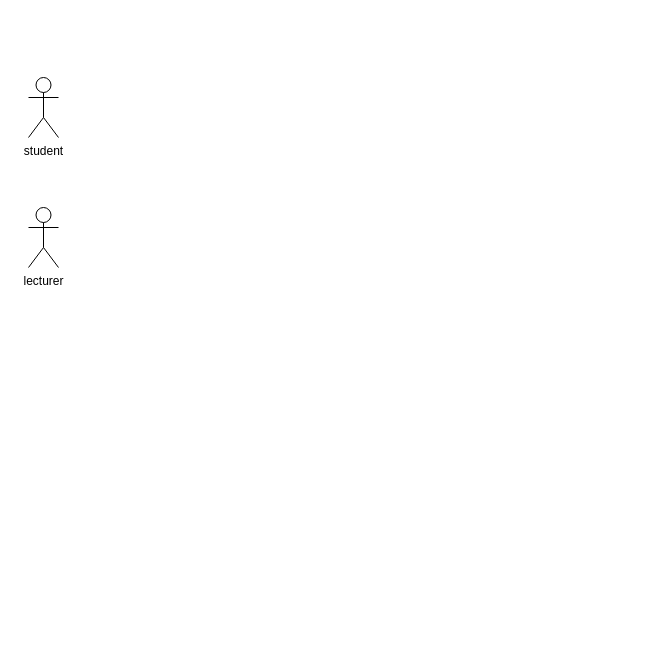
Earlier version of the draw.io diagram project/drawio/drshahizan/exer1.drawio (drshahizan/software-engineering). Source tidied: cells renumbered, new cells numbered last; positions are measured from the earlier drawing's top-left corner, leaving out a move shared by most shapes. Both pictures are drawn from the tidied source at 100%, with x=0, y=0 at pixel (28, 77).
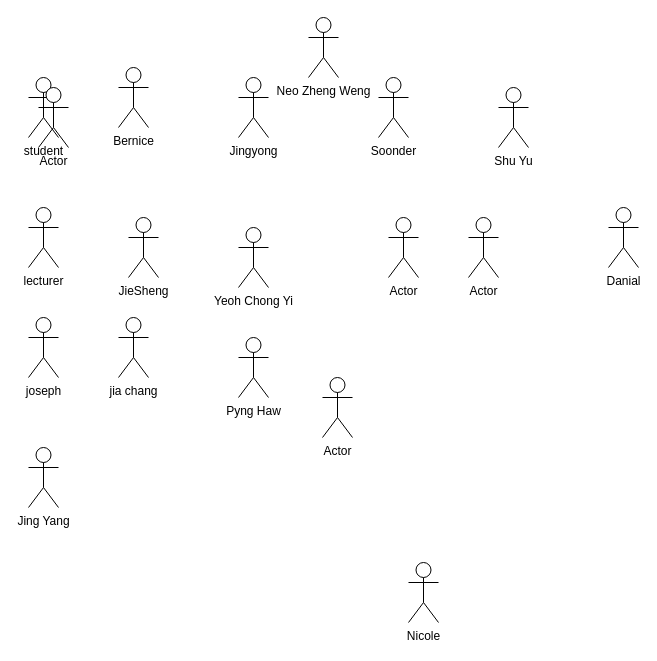
Above is the later version.

Change to the diagram source:
```diff
@@
+    <mxCell id="4" value="Jingyong" style="shape=umlActor;verticalLabelPosition=bottom;verticalAlign=top;html=1;" parent="1" vertex="1">
+      <mxGeometry x="210" width="30" height="60" as="geometry" />
+    </mxCell>
+    <mxCell id="5" value="Soonder" style="shape=umlActor;verticalLabelPosition=bottom;verticalAlign=top;html=1;" parent="1" vertex="1">
+      <mxGeometry x="350" width="30" height="60" as="geometry" />
+    </mxCell>
+    <mxCell id="6" value="Yeoh Chong Yi&lt;br&gt;" style="shape=umlActor;verticalLabelPosition=bottom;verticalAlign=top;html=1;" parent="1" vertex="1">
+      <mxGeometry x="210" y="150" width="30" height="60" as="geometry" />
+    </mxCell>
+    <mxCell id="7" value="JieSheng" style="shape=umlActor;verticalLabelPosition=bottom;verticalAlign=top;html=1;" parent="1" vertex="1">
+      <mxGeometry x="100" y="140" width="30" height="60" as="geometry" />
+    </mxCell>
+    <mxCell id="8" value="Actor" style="shape=umlActor;verticalLabelPosition=bottom;verticalAlign=top;html=1;" parent="1" vertex="1">
+      <mxGeometry x="440" y="140" width="30" height="60" as="geometry" />
+    </mxCell>
+    <mxCell id="9" value="Bernice" style="shape=umlActor;verticalLabelPosition=bottom;verticalAlign=top;html=1;" parent="1" vertex="1">
+      <mxGeometry x="90" y="-10" width="30" height="60" as="geometry" />
+    </mxCell>
+    <mxCell id="10" style="edgeStyle=none;html=1;" parent="1" edge="1">
+      <mxGeometry relative="1" as="geometry" />
+    </mxCell>
+    <mxCell id="11" value="Shu Yu&lt;br&gt;" style="shape=umlActor;verticalLabelPosition=bottom;verticalAlign=top;html=1;" parent="1" vertex="1">
+      <mxGeometry x="470" y="10" width="30" height="60" as="geometry" />
+    </mxCell>
+    <mxCell id="12" value="Nicole&lt;br&gt;" style="shape=umlActor;verticalLabelPosition=bottom;verticalAlign=top;html=1;" parent="1" vertex="1">
+      <mxGeometry x="380" y="485" width="30" height="60" as="geometry" />
+    </mxCell>
+    <mxCell id="13" value="jia chang" style="shape=umlActor;verticalLabelPosition=bottom;verticalAlign=top;html=1;" parent="1" vertex="1">
+      <mxGeometry x="90" y="240" width="30" height="60" as="geometry" />
+    </mxCell>
+    <mxCell id="14" value="joseph&lt;br&gt;" style="shape=umlActor;verticalLabelPosition=bottom;verticalAlign=top;html=1;" parent="1" vertex="1">
+      <mxGeometry y="240" width="30" height="60" as="geometry" />
+    </mxCell>
+    <mxCell id="15" value="Actor" style="shape=umlActor;verticalLabelPosition=bottom;verticalAlign=top;html=1;" parent="1" vertex="1">
+      <mxGeometry x="10" y="10" width="30" height="60" as="geometry" />
+    </mxCell>
+    <mxCell id="16" value="Danial&lt;br&gt;" style="shape=umlActor;verticalLabelPosition=bottom;verticalAlign=top;html=1;" parent="1" vertex="1">
+      <mxGeometry x="580" y="130" width="30" height="60" as="geometry" />
+    </mxCell>
+    <mxCell id="17" value="Actor" style="shape=umlActor;verticalLabelPosition=bottom;verticalAlign=top;html=1;" parent="1" vertex="1">
+      <mxGeometry x="360" y="140" width="30" height="60" as="geometry" />
+    </mxCell>
+    <mxCell id="18" style="edgeStyle=none;html=1;" parent="1" edge="1">
+      <mxGeometry x="80" y="50" as="geometry" />
+    </mxCell>
+    <mxCell id="19" value="Neo Zheng Weng" style="shape=umlActor;verticalLabelPosition=bottom;verticalAlign=top;html=1;" parent="1" vertex="1">
+      <mxGeometry x="280" y="-60" width="30" height="60" as="geometry" />
+    </mxCell>
+    <mxCell id="20" value="Actor" style="shape=umlActor;verticalLabelPosition=bottom;verticalAlign=top;html=1;" parent="1" vertex="1">
+      <mxGeometry x="294" y="300" width="30" height="60" as="geometry" />
+    </mxCell>
+    <mxCell id="21" value="Pyng Haw" style="shape=umlActor;verticalLabelPosition=bottom;verticalAlign=top;html=1;" parent="1" vertex="1">
+      <mxGeometry x="210" y="260" width="30" height="60" as="geometry" />
+    </mxCell>
+    <mxCell id="22" value="Jing Yang&lt;br&gt;" style="shape=umlActor;verticalLabelPosition=bottom;verticalAlign=top;html=1;" parent="1" vertex="1">
+      <mxGeometry y="370" width="30" height="60" as="geometry" />
+    </mxCell>
```
